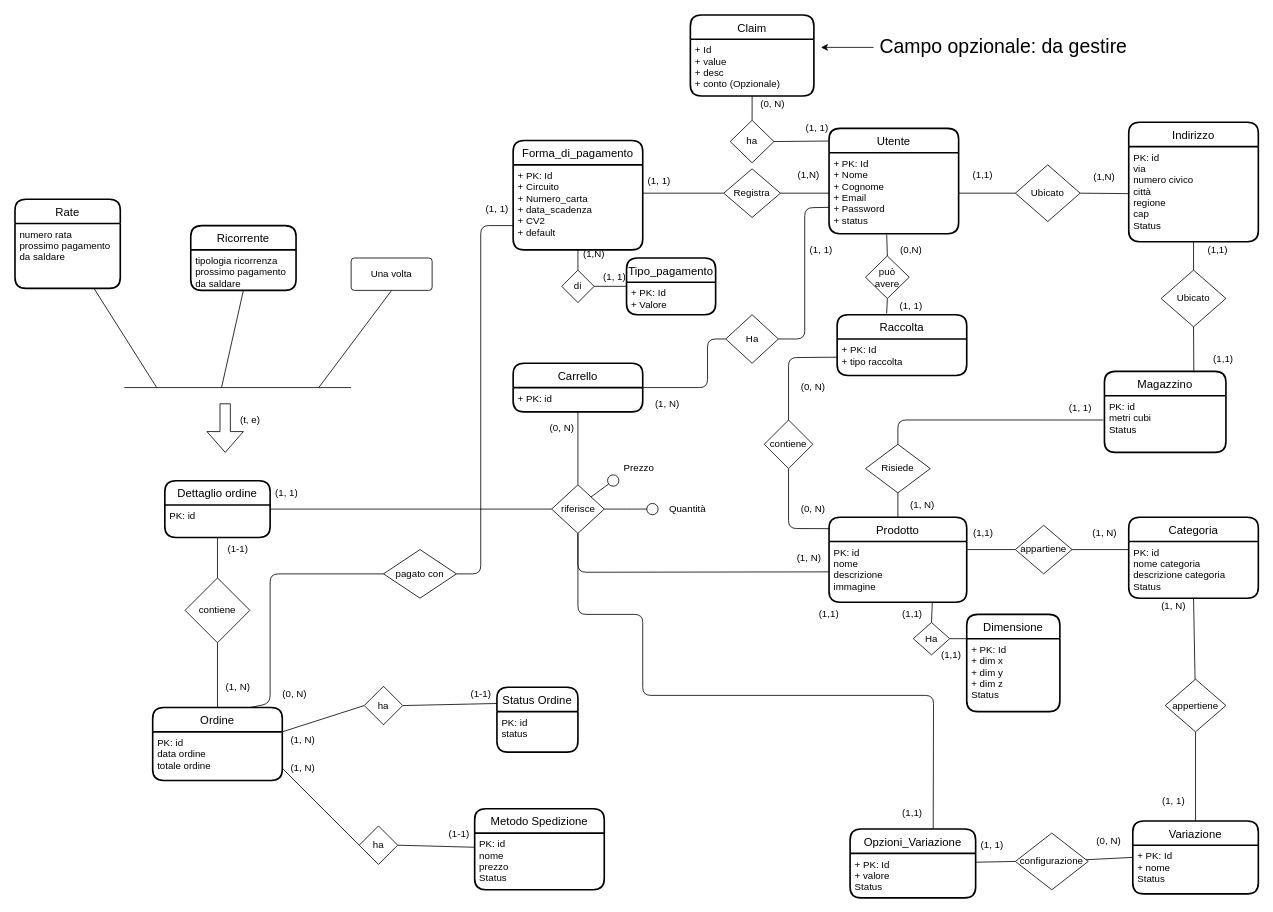
EndriDomiUni/E-commerce keeps this draw.io diagram as doc/schema_concettuale.drawio. Above is the earlier version. Source tidied: cells renumbered, new cells numbered last; positions are measured from the earlier drawing's top-left corner, leaving out a move shared by most shapes. Both pictures are drawn from the tidied source at 81%, with x=0, y=0 at pixel (15, 15).
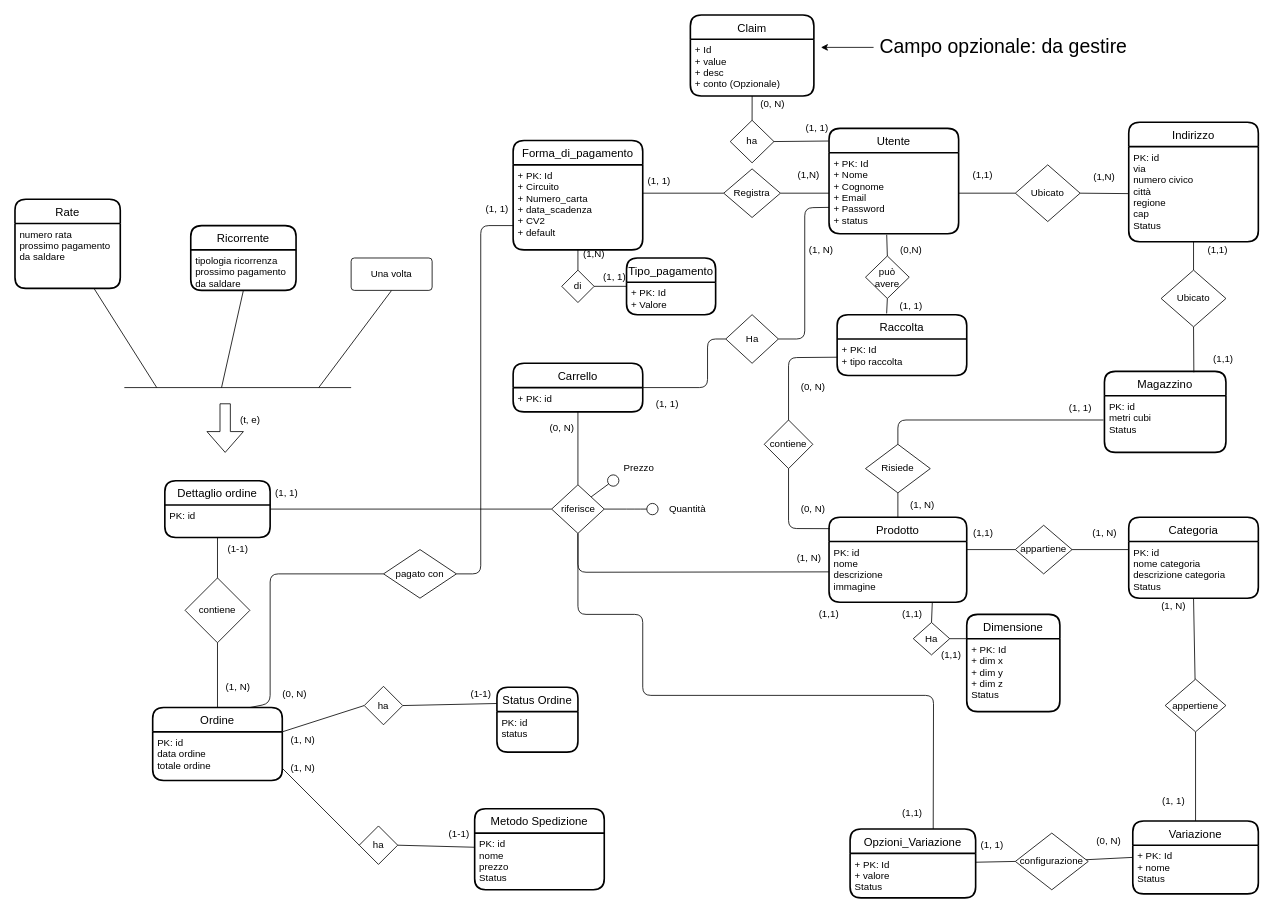
The same page after the edit.

Commit message:
Update schema concettuale

Diff of the diagram source:
```diff
@@
-    <mxCell id="119" value="(1, 1)" style="text;html=1;align=center;verticalAlign=middle;strokeColor=none;fillColor=none;" parent="1" vertex="1">
-      <mxGeometry x="975" y="280" width="40" height="20" as="geometry" />
+    <mxCell id="119" value="(1, N)" style="text;html=1;align=center;verticalAlign=middle;strokeColor=none;fillColor=none;" parent="1" vertex="1">
+      <mxGeometry x="970" y="280" width="50" height="20" as="geometry" />
     </mxCell>
@@
-    <mxCell id="122" value="(1, N)" style="text;html=1;align=center;verticalAlign=middle;strokeColor=none;fillColor=none;" parent="1" vertex="1">
-      <mxGeometry x="780" y="470" width="50" height="20" as="geometry" />
+    <mxCell id="122" value="(1, 1)" style="text;html=1;align=center;verticalAlign=middle;strokeColor=none;fillColor=none;" parent="1" vertex="1">
+      <mxGeometry x="785" y="470" width="40" height="20" as="geometry" />
     </mxCell>
```
